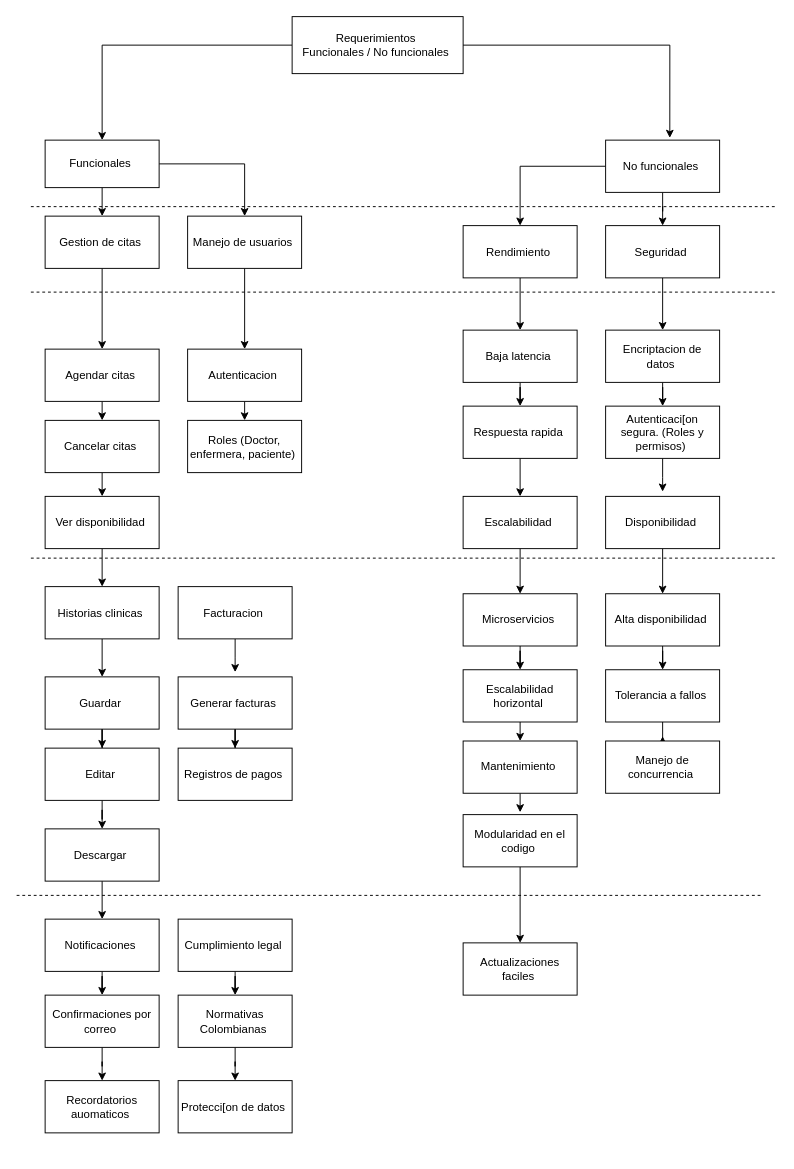
Earlier version of the draw.io diagram Requerimientos funcionales y no funcionales  .drawio (rebeca07-pedrozo/MedicalAppointments-). Source tidied: cells renumbered, new cells numbered last; positions are measured from the earlier drawing's top-left corner, leaving out a move shared by most shapes. Both pictures are drawn from the tidied source at 95%, with x=0, y=0 at pixel (16, 16).
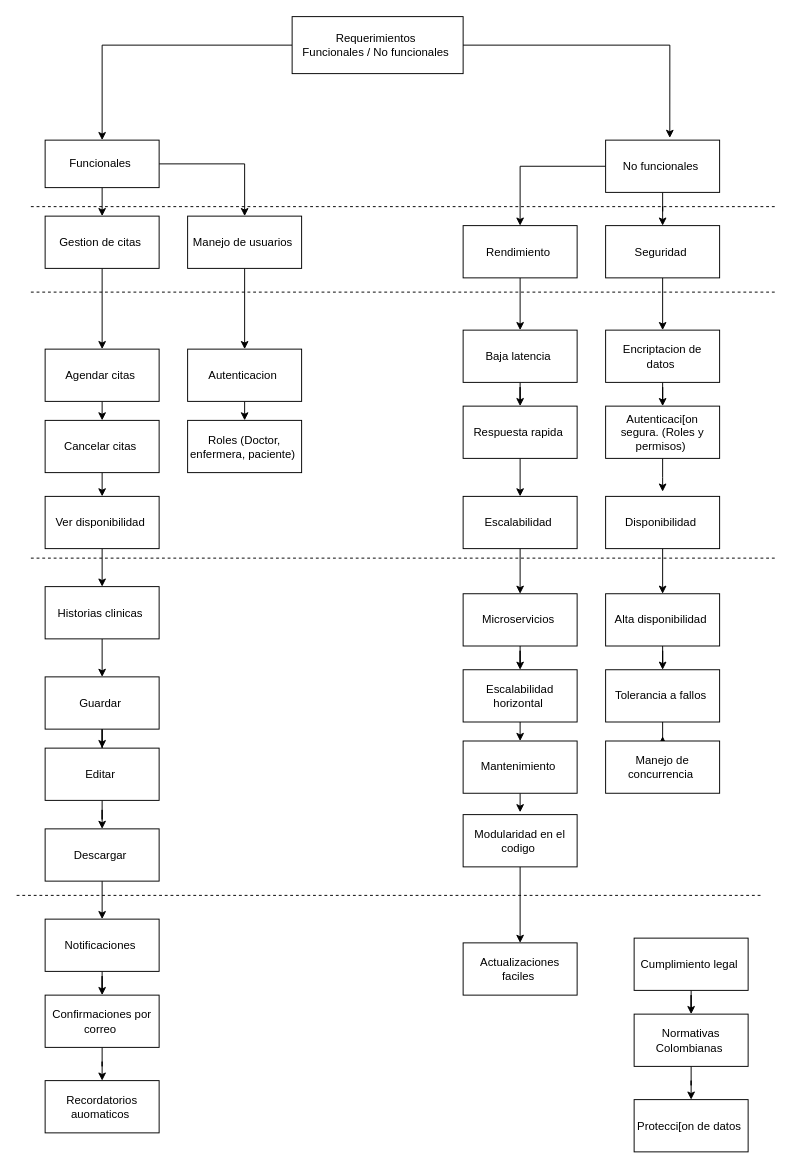
The same page after the edit.

What changed in the source:
```diff
@@
-    <mxCell id="26" style="edgeStyle=orthogonalEdgeStyle;rounded=0;jettySize=auto;html=1;" parent="1" edge="1" source="27">
-      <mxGeometry relative="1" as="geometry">
-        <mxPoint x="230" y="690" as="targetPoint" />
-      </mxGeometry>
-    </mxCell>
-    <mxCell id="27" value="Facturacion&amp;nbsp;" style="rounded=0;whiteSpace=wrap;html=1;" parent="1" vertex="1">
-      <mxGeometry x="170" y="600" width="120" height="55" as="geometry" />
-    </mxCell>
@@
-    <mxCell id="34" style="edgeStyle=orthogonalEdgeStyle;rounded=0;jettySize=auto;html=1;entryX=0.5;entryY=0;entryDx=0;entryDy=0;" parent="1" edge="1" source="35" target="36">
-      <mxGeometry relative="1" as="geometry" />
-    </mxCell>
-    <mxCell id="35" value="Generar facturas&amp;nbsp;" style="rounded=0;whiteSpace=wrap;html=1;" parent="1" vertex="1">
-      <mxGeometry x="170" y="695" width="120" height="55" as="geometry" />
-    </mxCell>
-    <mxCell id="36" value="Registros de pagos&amp;nbsp;" style="rounded=0;whiteSpace=wrap;html=1;" parent="1" vertex="1">
-      <mxGeometry x="170" y="770" width="120" height="55" as="geometry" />
-    </mxCell>
@@
     <mxCell id="43" value="Cumplimiento legal&amp;nbsp;" style="rounded=0;whiteSpace=wrap;html=1;" parent="1" vertex="1">
-      <mxGeometry x="170" y="950" width="120" height="55" as="geometry" />
+      <mxGeometry x="650" y="970" width="120" height="55" as="geometry" />
     </mxCell>
@@
     <mxCell id="45" value="Normativas Colombianas&amp;nbsp;" style="rounded=0;whiteSpace=wrap;html=1;" parent="1" vertex="1">
-      <mxGeometry x="170" y="1030" width="120" height="55" as="geometry" />
+      <mxGeometry x="650" y="1050" width="120" height="55" as="geometry" />
     </mxCell>
     <mxCell id="46" value="Protecci[on de datos&amp;nbsp;" style="rounded=0;whiteSpace=wrap;html=1;" parent="1" vertex="1">
-      <mxGeometry x="170" y="1120" width="120" height="55" as="geometry" />
+      <mxGeometry x="650" y="1140" width="120" height="55" as="geometry" />
     </mxCell>
```
